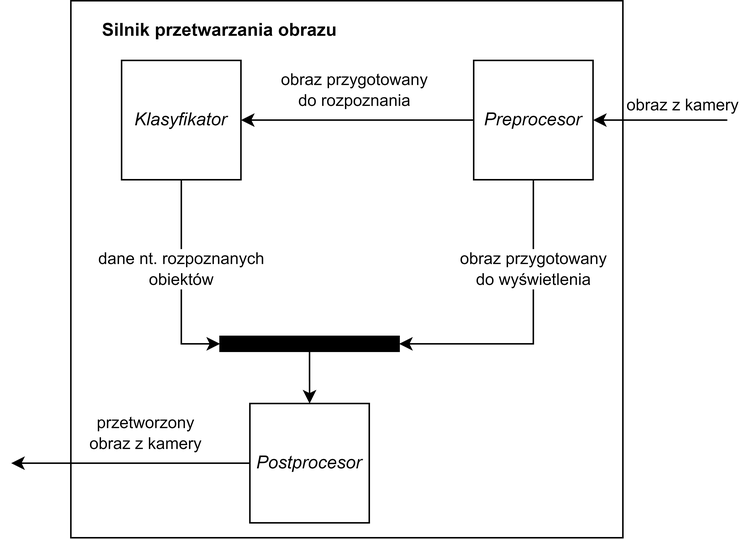
walig-here/backup-camera keeps this draw.io diagram as gfx/silnik-przetwarzania-obrazu.drawio.png. Above is the earlier version. Source tidied: cells renumbered, new cells last; positions are measured from the earlier drawing's top-left corner, leaving out a move shared by most shapes. The source it was exported from:
```xml
<mxGraphModel>
  <root>
    <mxCell id="0" />
    <mxCell id="1" parent="0" />
    <mxCell id="2" style="rounded=0;whiteSpace=wrap;html=1;" parent="1" vertex="1">
      <mxGeometry x="40" width="370" height="360" as="geometry" />
    </mxCell>
    <mxCell id="3" value="dane nt. rozpoznanych&lt;br&gt;obiektów" style="edgeStyle=orthogonalEdgeStyle;rounded=0;jettySize=auto;html=1;entryX=0;entryY=0.5;entryDx=0;entryDy=0;" parent="1" edge="1" source="4" target="13">
      <mxGeometry x="-0.12" relative="1" as="geometry" />
    </mxCell>
    <mxCell id="4" value="Klasyfikator" style="whiteSpace=wrap;html=1;fontStyle=2;" parent="1" vertex="1">
      <mxGeometry x="74" y="40" width="80" height="80" as="geometry" />
    </mxCell>
    <mxCell id="5" value="obraz przygotowany&lt;br&gt;do rozpoznania" style="edgeStyle=orthogonalEdgeStyle;rounded=0;jettySize=auto;html=1;" parent="1" edge="1" source="7" target="4">
      <mxGeometry x="0.03" y="-20" relative="1" as="geometry" />
    </mxCell>
    <mxCell id="6" value="obraz przygotowany&lt;br&gt;do wyświetlenia" style="edgeStyle=orthogonalEdgeStyle;rounded=0;jettySize=auto;html=1;exitX=0.5;exitY=1;exitDx=0;exitDy=0;entryX=1;entryY=0.5;entryDx=0;entryDy=0;" parent="1" edge="1" source="7" target="13">
      <mxGeometry x="-0.4" relative="1" as="geometry" />
    </mxCell>
    <mxCell id="7" value="Preprocesor" style="whiteSpace=wrap;html=1;fontStyle=2;" parent="1" vertex="1">
      <mxGeometry x="310" y="40" width="80" height="80" as="geometry" />
    </mxCell>
    <mxCell id="8" value="Postprocesor" style="whiteSpace=wrap;html=1;fontStyle=2;" parent="1" vertex="1">
      <mxGeometry x="160" y="270" width="80" height="80" as="geometry" />
    </mxCell>
    <mxCell id="9" value="Silnik przetwarzania obrazu" style="text;html=1;strokeColor=none;fillColor=none;align=center;verticalAlign=middle;whiteSpace=wrap;rounded=0;fontStyle=1;" parent="1" vertex="1">
      <mxGeometry x="45" y="10" width="190" height="20" as="geometry" />
    </mxCell>
    <mxCell id="10" value="obraz z kamery" style="endArrow=classic;html=1;rounded=0;entryX=1;entryY=0.5;entryDx=0;entryDy=0;" parent="1" edge="1" target="7">
      <mxGeometry x="-0.33" y="-10" relative="1" as="geometry">
        <mxPoint x="480" y="80" as="sourcePoint" />
      </mxGeometry>
    </mxCell>
    <mxCell id="11" value="przetworzony&lt;br&gt;obraz z kamery" style="endArrow=classic;html=1;rounded=0;exitX=0;exitY=0.5;exitDx=0;exitDy=0;" parent="1" edge="1" source="8">
      <mxGeometry x="-0.12" y="-20" relative="1" as="geometry">
        <mxPoint y="310" as="targetPoint" />
      </mxGeometry>
    </mxCell>
    <mxCell id="12" style="edgeStyle=orthogonalEdgeStyle;rounded=0;jettySize=auto;html=1;entryX=0.5;entryY=0;entryDx=0;entryDy=0;" parent="1" edge="1" source="13" target="8">
      <mxGeometry relative="1" as="geometry" />
    </mxCell>
    <mxCell id="13" style="rounded=0;whiteSpace=wrap;html=1;fillColor=#000000;" parent="1" vertex="1">
      <mxGeometry x="140" y="225" width="120" height="10" as="geometry" />
    </mxCell>
  </root>
</mxGraphModel>
```
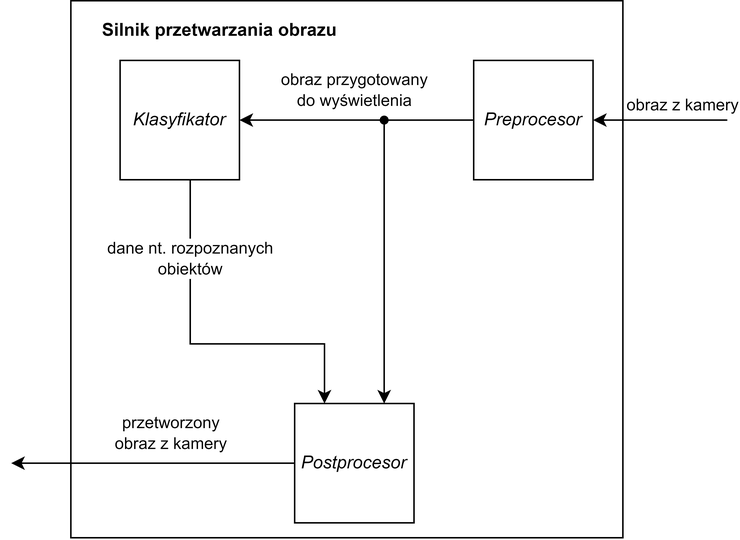
The same diagram one commit later.

What changed in the source:
```diff
@@ -5,23 +5,27 @@
     <mxCell id="2" style="rounded=0;whiteSpace=wrap;html=1;" parent="1" vertex="1">
       <mxGeometry x="40" width="370" height="360" as="geometry" />
     </mxCell>
-    <mxCell id="3" value="dane nt. rozpoznanych&lt;br&gt;obiektów" style="edgeStyle=orthogonalEdgeStyle;rounded=0;jettySize=auto;html=1;entryX=0;entryY=0.5;entryDx=0;entryDy=0;" parent="1" edge="1" source="4" target="13">
-      <mxGeometry x="-0.12" relative="1" as="geometry" />
+    <mxCell id="3" value="dane nt. rozpoznanych&lt;br&gt;obiektów" style="edgeStyle=orthogonalEdgeStyle;rounded=0;jettySize=auto;html=1;entryX=0.25;entryY=0;entryDx=0;entryDy=0;" parent="1" edge="1" source="4" target="8">
+      <mxGeometry x="-0.56" relative="1" as="geometry">
+        <Array as="points">
+          <mxPoint x="120" y="230" />
+          <mxPoint x="210" y="230" />
+        </Array>
+      </mxGeometry>
     </mxCell>
     <mxCell id="4" value="Klasyfikator" style="whiteSpace=wrap;html=1;fontStyle=2;" parent="1" vertex="1">
-      <mxGeometry x="74" y="40" width="80" height="80" as="geometry" />
+      <mxGeometry x="73" y="40" width="80" height="80" as="geometry" />
     </mxCell>
-    <mxCell id="5" value="obraz przygotowany&lt;br&gt;do rozpoznania" style="edgeStyle=orthogonalEdgeStyle;rounded=0;jettySize=auto;html=1;" parent="1" edge="1" source="7" target="4">
-      <mxGeometry x="0.03" y="-20" relative="1" as="geometry" />
-    </mxCell>
-    <mxCell id="6" value="obraz przygotowany&lt;br&gt;do wyświetlenia" style="edgeStyle=orthogonalEdgeStyle;rounded=0;jettySize=auto;html=1;exitX=0.5;exitY=1;exitDx=0;exitDy=0;entryX=1;entryY=0.5;entryDx=0;entryDy=0;" parent="1" edge="1" source="7" target="13">
-      <mxGeometry x="-0.4" relative="1" as="geometry" />
+    <mxCell id="6" value="obraz przygotowany&lt;br&gt;do wyświetlenia" style="edgeStyle=orthogonalEdgeStyle;rounded=0;jettySize=auto;html=1;exitX=0;exitY=0.5;exitDx=0;exitDy=0;entryX=0.75;entryY=0;entryDx=0;entryDy=0;" parent="1" edge="1" source="7" target="8">
+      <mxGeometry x="-0.52" y="-28" relative="1" as="geometry">
+        <mxPoint x="8" y="-20" as="offset" />
+      </mxGeometry>
     </mxCell>
     <mxCell id="7" value="Preprocesor" style="whiteSpace=wrap;html=1;fontStyle=2;" parent="1" vertex="1">
       <mxGeometry x="310" y="40" width="80" height="80" as="geometry" />
     </mxCell>
     <mxCell id="8" value="Postprocesor" style="whiteSpace=wrap;html=1;fontStyle=2;" parent="1" vertex="1">
-      <mxGeometry x="160" y="270" width="80" height="80" as="geometry" />
+      <mxGeometry x="190" y="270" width="80" height="80" as="geometry" />
     </mxCell>
     <mxCell id="9" value="Silnik przetwarzania obrazu" style="text;html=1;strokeColor=none;fillColor=none;align=center;verticalAlign=middle;whiteSpace=wrap;rounded=0;fontStyle=1;" parent="1" vertex="1">
       <mxGeometry x="45" y="10" width="190" height="20" as="geometry" />
@@ -36,11 +40,11 @@
         <mxPoint y="310" as="targetPoint" />
       </mxGeometry>
     </mxCell>
-    <mxCell id="12" style="edgeStyle=orthogonalEdgeStyle;rounded=0;jettySize=auto;html=1;entryX=0.5;entryY=0;entryDx=0;entryDy=0;" parent="1" edge="1" source="13" target="8">
-      <mxGeometry relative="1" as="geometry" />
-    </mxCell>
-    <mxCell id="13" style="rounded=0;whiteSpace=wrap;html=1;fillColor=#000000;" parent="1" vertex="1">
-      <mxGeometry x="140" y="225" width="120" height="10" as="geometry" />
-    </mxCell>
+    <mxCell id="14" style="edgeStyle=orthogonalEdgeStyle;rounded=0;jettySize=auto;html=1;entryX=1;entryY=0.5;entryDx=0;entryDy=0;" parent="1" edge="1" source="15" target="4">
+      <mxGeometry relative="1" as="geometry" />
+    </mxCell>
+    <mxCell id="15" style="shape=waypoint;sketch=0;fillStyle=solid;size=6;points=[];fillColor=none;perimeter=centerPerimeter;snapToPoint=1;" parent="1" vertex="1">
+      <mxGeometry x="240" y="70" width="20" height="20" as="geometry" />
+    </mxCell>
   </root>
 </mxGraphModel>
```
